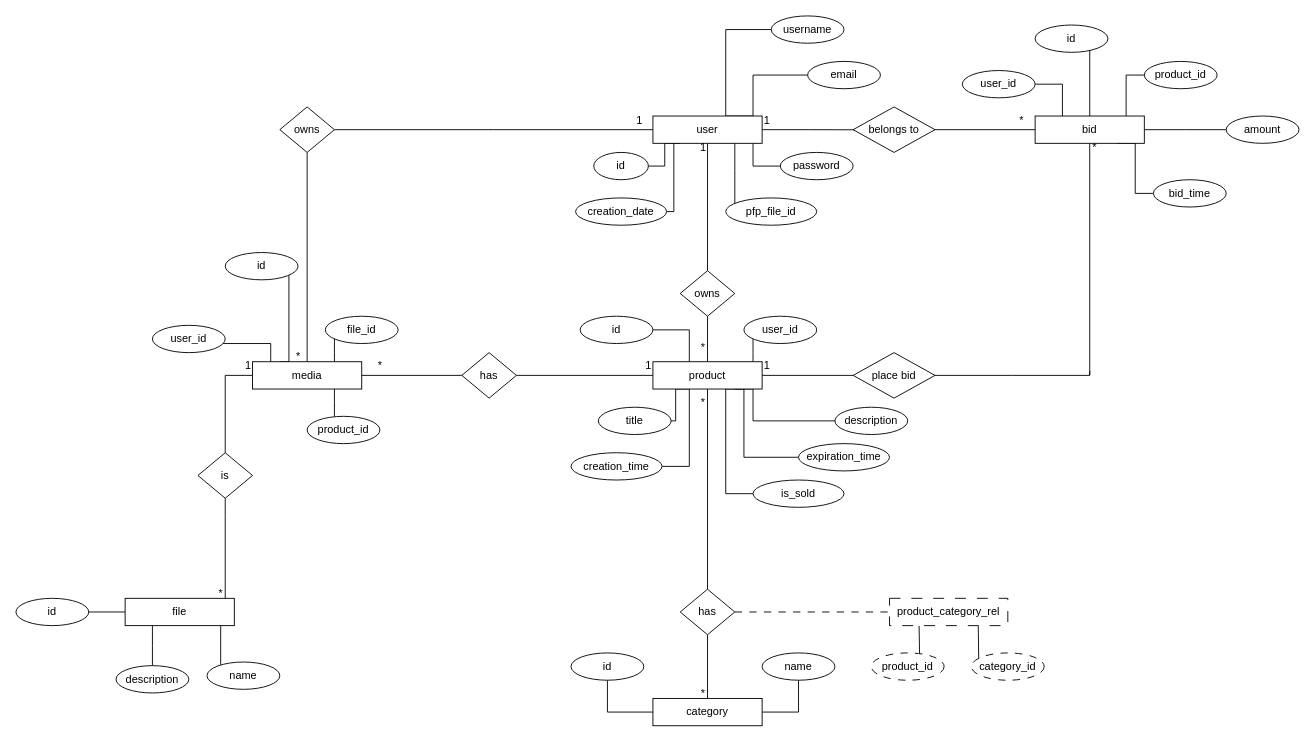
The draw.io diagram er-diagram/er-diagram.drawio in StarToLeft/slpws23, before the edit. Source tidied: cells renumbered, new cells numbered last; positions are measured from the earlier drawing's top-left corner, leaving out a move shared by most shapes. Both pictures are drawn from the tidied source at 91%, with x=0, y=0 at pixel (15, 15).
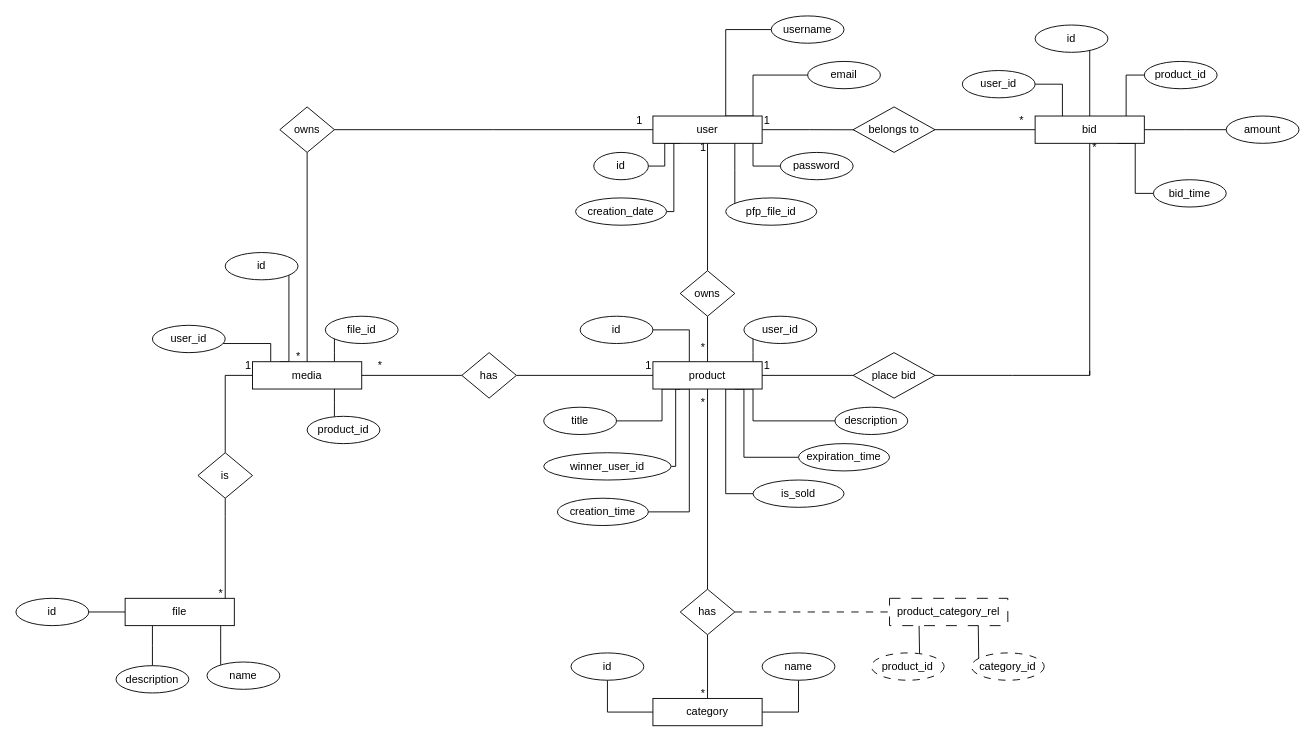
The same page after the edit.

The change refers to these unchanged cells:
```xml
<mxCell id="39" value="product" style="whiteSpace=wrap;html=1;align=center;newEdgeStyle={&quot;edgeStyle&quot;:&quot;elbowEdgeStyle&quot;,&quot;startArrow&quot;:&quot;none&quot;,&quot;endArrow&quot;:&quot;none&quot;};" parent="1" vertex="1">
  <mxGeometry x="700" y="380" width="120" height="30" as="geometry" />
</mxCell>
```

Change to the diagram source:
```diff
@@
     <mxCell id="35" style="edgeStyle=elbowEdgeStyle;rounded=0;jettySize=auto;html=1;startArrow=none;endArrow=none;exitX=0.25;exitY=1;exitDx=0;exitDy=0;" parent="1" edge="1" source="39" target="80">
       <mxGeometry relative="1" as="geometry">
         <Array as="points">
-          <mxPoint x="725" y="420" />
+          <mxPoint x="710" y="445" />
         </Array>
       </mxGeometry>
     </mxCell>
@@
+    <mxCell id="105" style="edgeStyle=elbowEdgeStyle;html=1;startArrow=none;endArrow=none;exitX=0.25;exitY=1;exitDx=0;exitDy=0;rounded=0;" parent="1" edge="1" source="39" target="106">
+      <mxGeometry relative="1" as="geometry" />
+    </mxCell>
@@
     <mxCell id="80" value="title" style="ellipse;whiteSpace=wrap;html=1;align=center;newEdgeStyle={&quot;edgeStyle&quot;:&quot;entityRelationEdgeStyle&quot;,&quot;startArrow&quot;:&quot;none&quot;,&quot;endArrow&quot;:&quot;none&quot;,&quot;segment&quot;:10,&quot;curved&quot;:1,&quot;sourcePerimeterSpacing&quot;:0,&quot;targetPerimeterSpacing&quot;:0};" parent="1" vertex="1">
-      <mxGeometry x="640" y="430" width="80" height="30" as="geometry" />
+      <mxGeometry x="580" y="430" width="80" height="30" as="geometry" />
     </mxCell>
     <mxCell id="81" value="creation_time" style="ellipse;whiteSpace=wrap;html=1;align=center;newEdgeStyle={&quot;edgeStyle&quot;:&quot;entityRelationEdgeStyle&quot;,&quot;startArrow&quot;:&quot;none&quot;,&quot;endArrow&quot;:&quot;none&quot;,&quot;segment&quot;:10,&quot;curved&quot;:1,&quot;sourcePerimeterSpacing&quot;:0,&quot;targetPerimeterSpacing&quot;:0};" parent="1" vertex="1" collapsed="1">
-      <mxGeometry x="610" y="480" width="100" height="30" as="geometry" />
+      <mxGeometry x="595" y="530" width="100" height="30" as="geometry" />
     </mxCell>
@@
+    <mxCell id="106" value="winner_user_id" style="ellipse;whiteSpace=wrap;html=1;align=center;newEdgeStyle={&quot;edgeStyle&quot;:&quot;entityRelationEdgeStyle&quot;,&quot;startArrow&quot;:&quot;none&quot;,&quot;endArrow&quot;:&quot;none&quot;,&quot;segment&quot;:10,&quot;curved&quot;:1,&quot;sourcePerimeterSpacing&quot;:0,&quot;targetPerimeterSpacing&quot;:0};" parent="1" vertex="1" collapsed="1">
+      <mxGeometry x="580" y="480" width="140" height="30" as="geometry" />
+    </mxCell>
```
